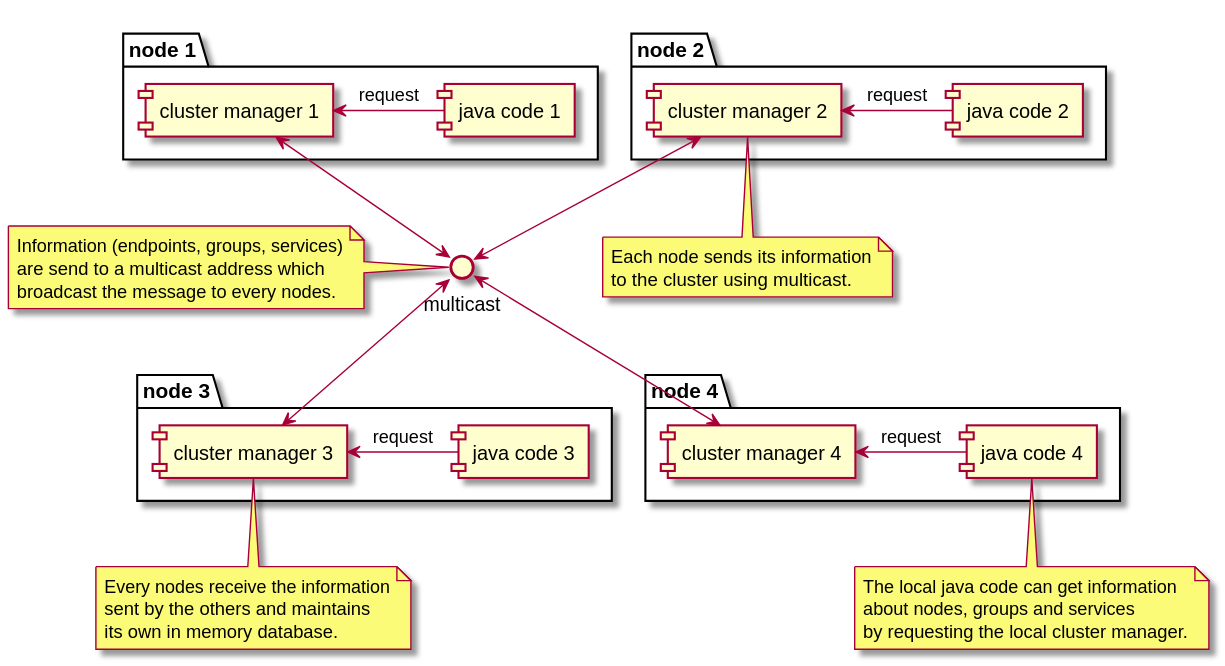
Above: docs/images/multicast-cluster.svg in qwazr/cluster (PlantUML), before the change.
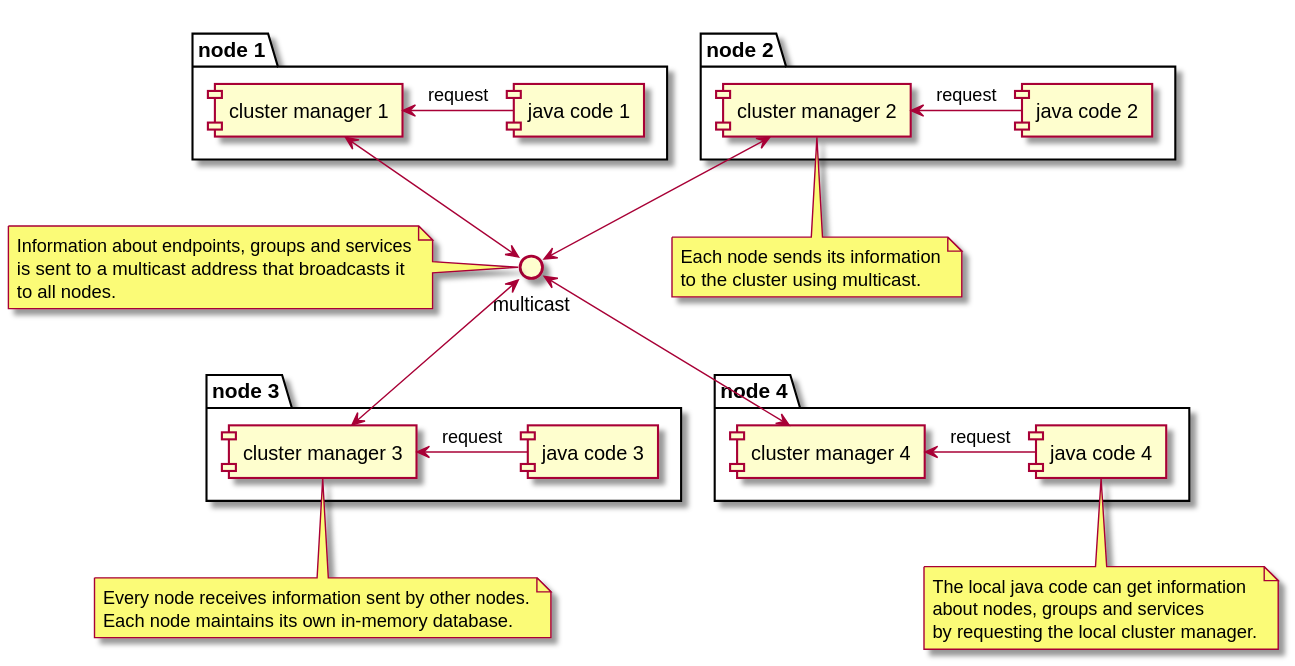
Later version of the same file.

The edit, as a diff of the source:
```diff
@@ -27,20 +27,19 @@
 end note
 
 note bottom of [cluster manager 3]
-  Every node receives information
-  sent by the others. Each maintains
-  its own database.
+Every node receives information sent by other nodes.
+Each node maintains its own in-memory database.
 end note
 
 note left of [multicast]
-Information about endpoints, groups & services
-is sent to a multicast address, which then
-broadcasts the message to all nodes.
+Information about endpoints, groups and services
+is sent to a multicast address that broadcasts it
+to all nodes.
 end note
 
 note bottom of [java code 4]
 The local java code can get information
 about nodes, groups and services
-by querrying the local cluster manager.
+by requesting the local cluster manager.
 end note
 @enduml
```
